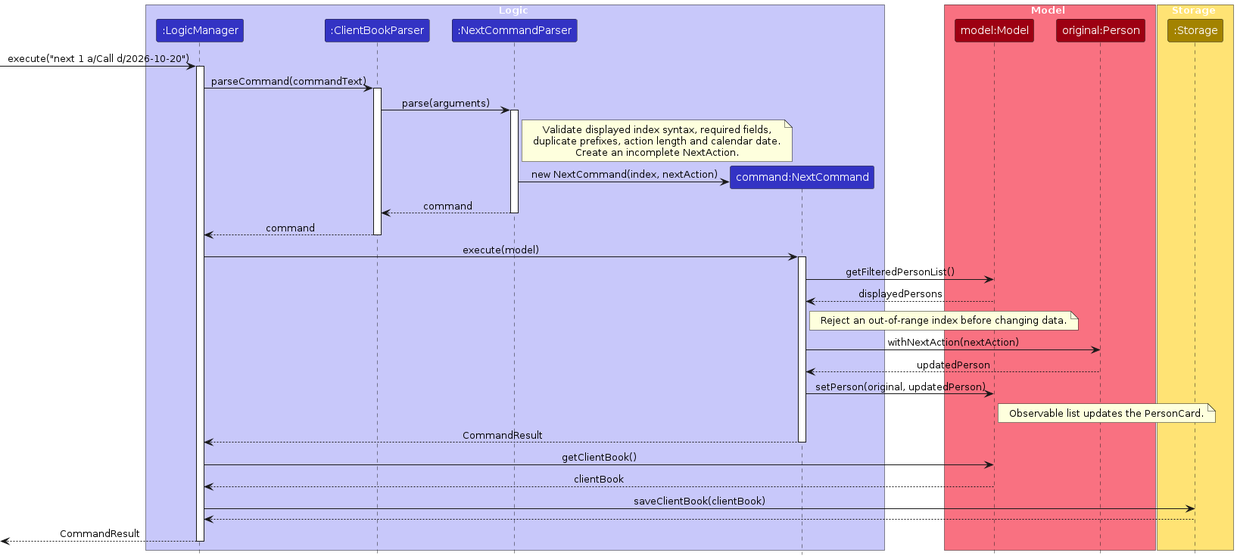
AY2627S1-CS2103T-F14a-4/tp keeps this PlantUML diagram as diagrams/NextSequenceDiagram.png. Above is the earlier version. Its source is kept beside it as diagrams/NextSequenceDiagram.puml.
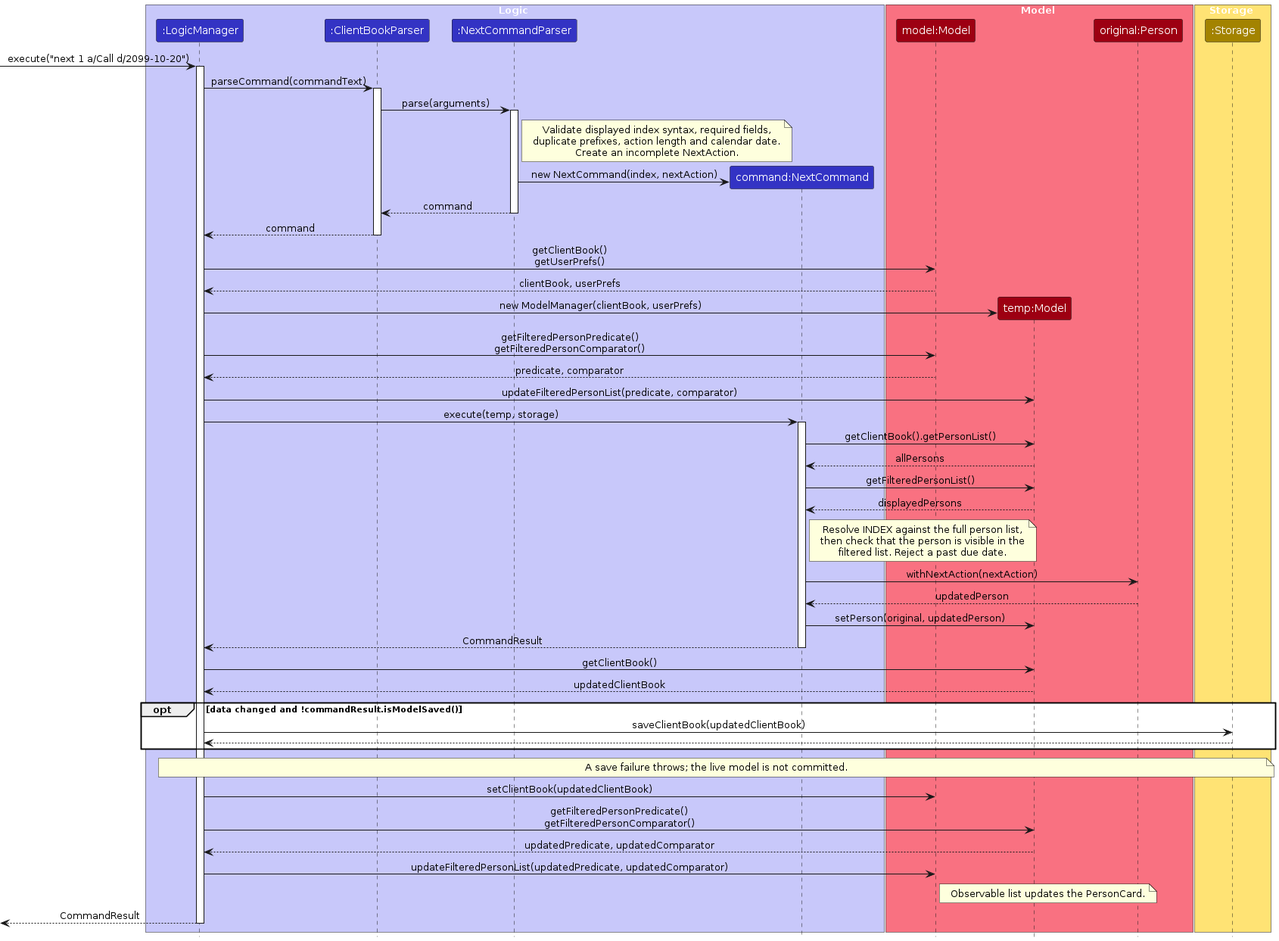
Later version of the same file.

Diff of the diagram source:
```diff
@@ -11,6 +11,7 @@
 
 box Model MODEL_COLOR_T1
 participant "model:Model" as Model MODEL_COLOR
+participant "temp:Model" as Temp MODEL_COLOR
 participant "original:Person" as Person MODEL_COLOR
 end box
 
@@ -18,7 +19,7 @@
 participant ":Storage" as Storage STORAGE_COLOR
 end box
 
-[-> Logic : execute("next 1 a/Call d/2026-10-20")
+[-> Logic : execute("next 1 a/Call d/2099-10-20")
 activate Logic
 Logic -> Parser : parseCommand(commandText)
 activate Parser
@@ -35,21 +36,41 @@
 deactivate NextParser
 Parser --> Logic : command
 deactivate Parser
-Logic -> Command : execute(model)
+Logic -> Model : getClientBook()\ngetUserPrefs()
+Model --> Logic : clientBook, userPrefs
+create Temp
+Logic -> Temp : new ModelManager(clientBook, userPrefs)
+Logic -> Model : getFilteredPersonPredicate()\ngetFilteredPersonComparator()
+Model --> Logic : predicate, comparator
+Logic -> Temp : updateFilteredPersonList(predicate, comparator)
+Logic -> Command : execute(temp, storage)
 activate Command
-Command -> Model : getFilteredPersonList()
-Model --> Command : displayedPersons
-note right of Command : Reject an out-of-range index before changing data.
+Command -> Temp : getClientBook().getPersonList()
+Temp --> Command : allPersons
+Command -> Temp : getFilteredPersonList()
+Temp --> Command : displayedPersons
+note right of Command
+Resolve INDEX against the full person list,
+then check that the person is visible in the
+filtered list. Reject a past due date.
+end note
 Command -> Person : withNextAction(nextAction)
 Person --> Command : updatedPerson
-Command -> Model : setPerson(original, updatedPerson)
-note right of Model : Observable list updates the PersonCard.
+Command -> Temp : setPerson(original, updatedPerson)
 Command --> Logic : CommandResult
 deactivate Command
-Logic -> Model : getClientBook()
-Model --> Logic : clientBook
-Logic -> Storage : saveClientBook(clientBook)
+Logic -> Temp : getClientBook()
+Temp --> Logic : updatedClientBook
+opt data changed and !commandResult.isModelSaved()
+Logic -> Storage : saveClientBook(updatedClientBook)
 Storage --> Logic
+end
+note over Logic, Storage : A save failure throws; the live model is not committed.
+Logic -> Model : setClientBook(updatedClientBook)
+Logic -> Temp : getFilteredPersonPredicate()\ngetFilteredPersonComparator()
+Temp --> Logic : updatedPredicate, updatedComparator
+Logic -> Model : updateFilteredPersonList(updatedPredicate, updatedComparator)
+note right of Model : Observable list updates the PersonCard.
 [<-- Logic : CommandResult
 deactivate Logic
 @enduml
```
